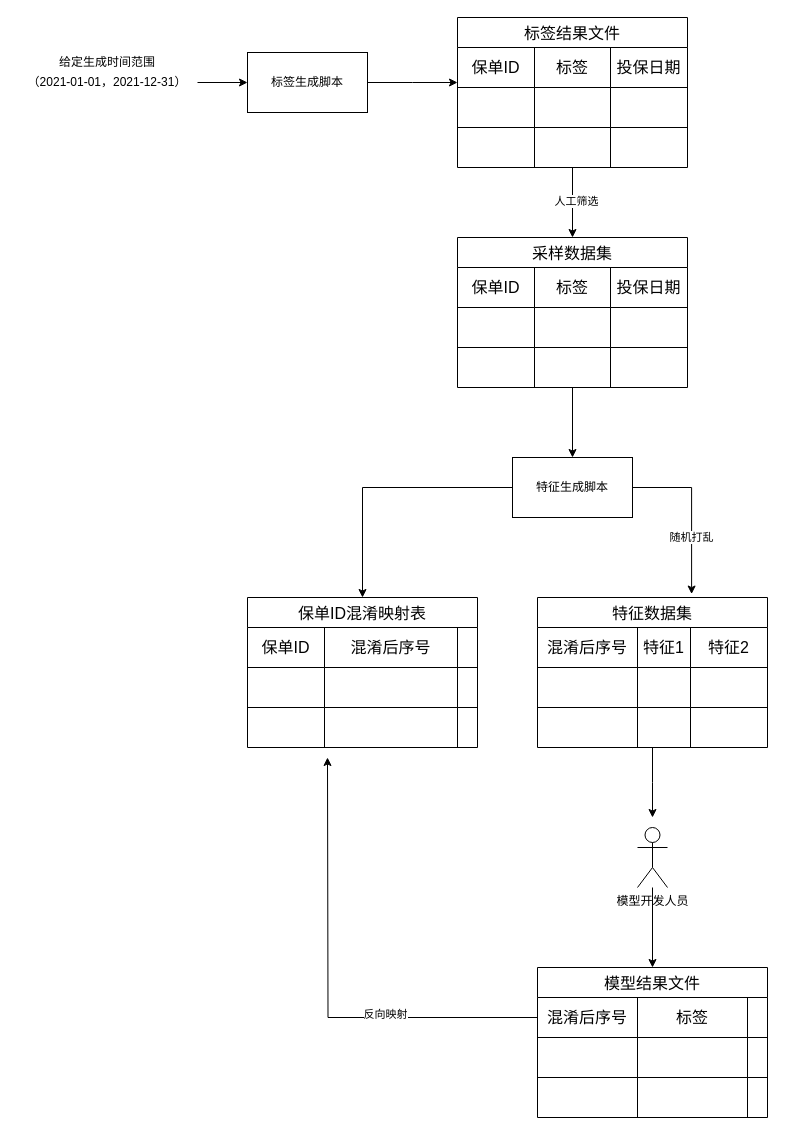
The draw.io diagram 太平/验收方案.drawio in XiaoLiuAI/diagrams, before the edit. Source tidied: cells renumbered, new cells numbered last; positions are measured from the earlier drawing's top-left corner, leaving out a move shared by most shapes. Both pictures are drawn from the tidied source at 100%, with x=0, y=0 at pixel (17, 17).
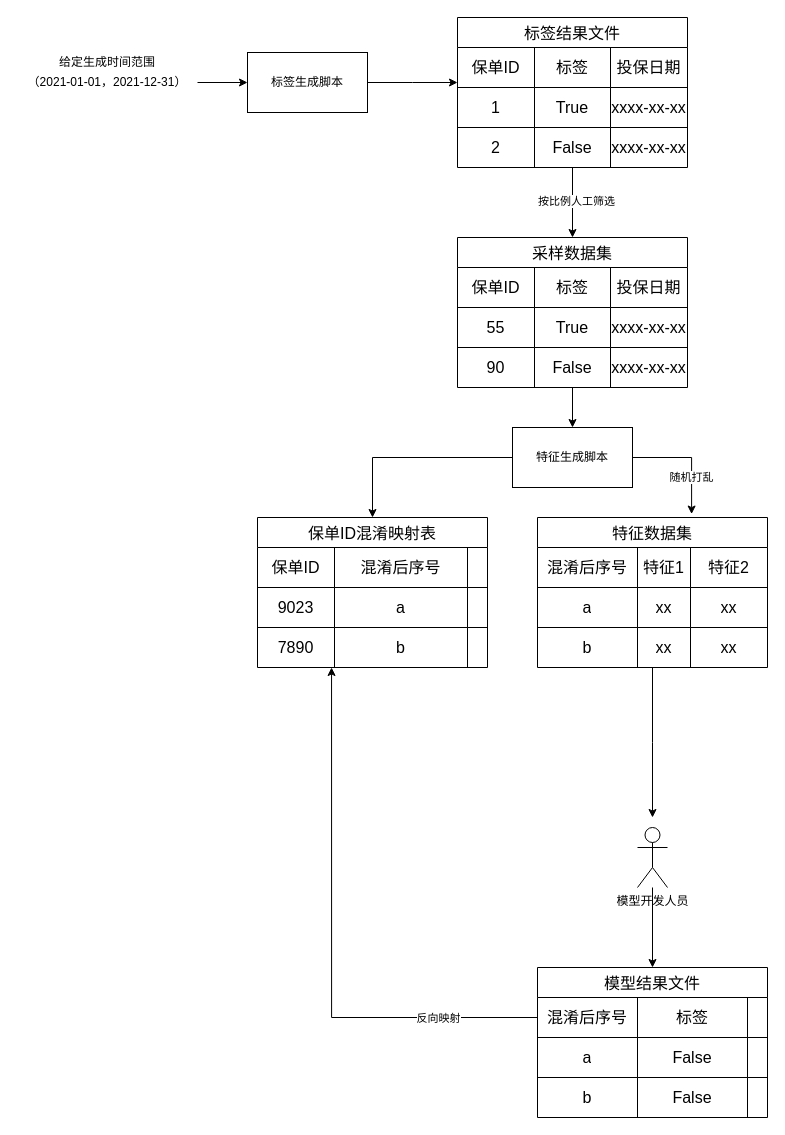
The same page after the edit.

Unchanged cells that the change refers to:
```xml
<mxCell id="9" style="edgeStyle=orthogonalEdgeStyle;rounded=0;jettySize=auto;html=1;entryX=0.5;entryY=0;entryDx=0;entryDy=0;" parent="1" edge="1" source="11" target="25">
  <mxGeometry relative="1" as="geometry" />
</mxCell>
<mxCell id="16" style="shape=tableRow;horizontal=0;startSize=0;swimlaneHead=0;swimlaneBody=0;strokeColor=inherit;top=0;left=0;bottom=0;right=0;fillColor=none;fontSize=16;" parent="11" vertex="1">
  <mxGeometry y="70" width="230" height="40" as="geometry" />
</mxCell>
<mxCell id="20" style="shape=tableRow;horizontal=0;startSize=0;swimlaneHead=0;swimlaneBody=0;strokeColor=inherit;top=0;left=0;bottom=0;right=0;fillColor=none;fontSize=16;" parent="11" vertex="1">
  <mxGeometry y="110" width="230" height="40" as="geometry" />
</mxCell>
<mxCell id="30" style="shape=tableRow;horizontal=0;startSize=0;swimlaneHead=0;swimlaneBody=0;strokeColor=inherit;top=0;left=0;bottom=0;right=0;fillColor=none;fontSize=16;" parent="25" vertex="1">
  <mxGeometry y="70" width="230" height="40" as="geometry" />
</mxCell>
<mxCell id="34" style="shape=tableRow;horizontal=0;startSize=0;swimlaneHead=0;swimlaneBody=0;strokeColor=inherit;top=0;left=0;bottom=0;right=0;fillColor=none;fontSize=16;" parent="25" vertex="1">
  <mxGeometry y="110" width="230" height="40" as="geometry" />
</mxCell>
<mxCell id="43" style="shape=tableRow;horizontal=0;startSize=0;swimlaneHead=0;swimlaneBody=0;strokeColor=inherit;top=0;left=0;bottom=0;right=0;fillColor=none;fontSize=16;" parent="38" vertex="1">
  <mxGeometry y="70" width="230" height="40" as="geometry" />
</mxCell>
<mxCell id="47" style="shape=tableRow;horizontal=0;startSize=0;swimlaneHead=0;swimlaneBody=0;strokeColor=inherit;top=0;left=0;bottom=0;right=0;fillColor=none;points=[[0,0.5],[1,0.5]];portConstraint=eastwest;fontSize=16;" parent="38" vertex="1">
  <mxGeometry y="110" width="230" height="40" as="geometry" />
</mxCell>
<mxCell id="57" style="shape=tableRow;horizontal=0;startSize=0;swimlaneHead=0;swimlaneBody=0;strokeColor=inherit;top=0;left=0;bottom=0;right=0;fillColor=none;fontSize=16;" parent="52" vertex="1">
  <mxGeometry y="70" width="230" height="40" as="geometry" />
</mxCell>
<mxCell id="61" style="shape=tableRow;horizontal=0;startSize=0;swimlaneHead=0;swimlaneBody=0;strokeColor=inherit;top=0;left=0;bottom=0;right=0;fillColor=none;fontSize=16;" parent="52" vertex="1">
  <mxGeometry y="110" width="230" height="40" as="geometry" />
</mxCell>
<mxCell id="70" style="shape=tableRow;horizontal=0;startSize=0;swimlaneHead=0;swimlaneBody=0;strokeColor=inherit;top=0;left=0;bottom=0;right=0;fillColor=none;points=[[0,0.5],[1,0.5]];portConstraint=eastwest;fontSize=16;" parent="69" vertex="1">
  <mxGeometry y="30" width="230" height="40" as="geometry" />
</mxCell>
<mxCell id="74" style="shape=tableRow;horizontal=0;startSize=0;swimlaneHead=0;swimlaneBody=0;strokeColor=inherit;top=0;left=0;bottom=0;right=0;fillColor=none;fontSize=16;" parent="69" vertex="1">
  <mxGeometry y="70" width="230" height="40" as="geometry" />
</mxCell>
<mxCell id="78" style="shape=tableRow;horizontal=0;startSize=0;swimlaneHead=0;swimlaneBody=0;strokeColor=inherit;top=0;left=0;bottom=0;right=0;fillColor=none;fontSize=16;" parent="69" vertex="1">
  <mxGeometry y="110" width="230" height="40" as="geometry" />
</mxCell>
```

Diff of the diagram source:
```diff
@@
     <mxCell id="3" value="特征生成脚本" style="rounded=0;whiteSpace=wrap;html=1;" parent="1" vertex="1">
-      <mxGeometry x="495" y="440" width="120" height="60" as="geometry" />
+      <mxGeometry x="495" y="410" width="120" height="60" as="geometry" />
     </mxCell>
@@
-    <mxCell id="10" value="人工筛选" style="edgeLabel;html=1;align=center;verticalAlign=middle;" parent="9" vertex="1">
+    <mxCell id="10" value="按比例人工筛选" style="edgeLabel;html=1;align=center;verticalAlign=middle;" parent="9" vertex="1">
       <mxGeometry x="-0.06" y="3" relative="1" as="geometry" />
     </mxCell>
@@
-    <mxCell id="17" style="shape=partialRectangle;html=1;whiteSpace=wrap;strokeColor=inherit;overflow=hidden;fillColor=none;top=0;left=0;bottom=0;right=0;fontSize=16;" parent="16" vertex="1">
+    <mxCell id="17" value="1" style="shape=partialRectangle;html=1;whiteSpace=wrap;strokeColor=inherit;overflow=hidden;fillColor=none;top=0;left=0;bottom=0;right=0;fontSize=16;" parent="16" vertex="1">
       <mxGeometry width="77" height="40" as="geometry" />
     </mxCell>
-    <mxCell id="18" style="shape=partialRectangle;html=1;whiteSpace=wrap;strokeColor=inherit;overflow=hidden;fillColor=none;top=0;left=0;bottom=0;right=0;fontSize=16;" parent="16" vertex="1">
+    <mxCell id="18" value="True" style="shape=partialRectangle;html=1;whiteSpace=wrap;strokeColor=inherit;overflow=hidden;fillColor=none;top=0;left=0;bottom=0;right=0;fontSize=16;" parent="16" vertex="1">
       <mxGeometry x="77" width="76" height="40" as="geometry" />
     </mxCell>
-    <mxCell id="19" style="shape=partialRectangle;html=1;whiteSpace=wrap;strokeColor=inherit;overflow=hidden;fillColor=none;top=0;left=0;bottom=0;right=0;fontSize=16;" parent="16" vertex="1">
+    <mxCell id="19" value="xxxx-xx-xx" style="shape=partialRectangle;html=1;whiteSpace=wrap;strokeColor=inherit;overflow=hidden;fillColor=none;top=0;left=0;bottom=0;right=0;fontSize=16;" parent="16" vertex="1">
       <mxGeometry x="153" width="77" height="40" as="geometry" />
     </mxCell>
@@
-    <mxCell id="21" style="shape=partialRectangle;html=1;whiteSpace=wrap;strokeColor=inherit;overflow=hidden;fillColor=none;top=0;left=0;bottom=0;right=0;fontSize=16;" parent="20" vertex="1">
+    <mxCell id="21" value="2" style="shape=partialRectangle;html=1;whiteSpace=wrap;strokeColor=inherit;overflow=hidden;fillColor=none;top=0;left=0;bottom=0;right=0;fontSize=16;" parent="20" vertex="1">
       <mxGeometry width="77" height="40" as="geometry" />
     </mxCell>
-    <mxCell id="22" style="shape=partialRectangle;html=1;whiteSpace=wrap;strokeColor=inherit;overflow=hidden;fillColor=none;top=0;left=0;bottom=0;right=0;fontSize=16;" parent="20" vertex="1">
+    <mxCell id="22" value="False" style="shape=partialRectangle;html=1;whiteSpace=wrap;strokeColor=inherit;overflow=hidden;fillColor=none;top=0;left=0;bottom=0;right=0;fontSize=16;" parent="20" vertex="1">
       <mxGeometry x="77" width="76" height="40" as="geometry" />
     </mxCell>
-    <mxCell id="23" style="shape=partialRectangle;html=1;whiteSpace=wrap;strokeColor=inherit;overflow=hidden;fillColor=none;top=0;left=0;bottom=0;right=0;fontSize=16;" parent="20" vertex="1">
+    <mxCell id="23" value="xxxx-xx-xx" style="shape=partialRectangle;html=1;whiteSpace=wrap;strokeColor=inherit;overflow=hidden;fillColor=none;top=0;left=0;bottom=0;right=0;fontSize=16;" parent="20" vertex="1">
       <mxGeometry x="153" width="77" height="40" as="geometry" />
     </mxCell>
@@
-    <mxCell id="31" style="shape=partialRectangle;html=1;whiteSpace=wrap;strokeColor=inherit;overflow=hidden;fillColor=none;top=0;left=0;bottom=0;right=0;fontSize=16;" parent="30" vertex="1">
+    <mxCell id="31" value="55" style="shape=partialRectangle;html=1;whiteSpace=wrap;strokeColor=inherit;overflow=hidden;fillColor=none;top=0;left=0;bottom=0;right=0;fontSize=16;" parent="30" vertex="1">
       <mxGeometry width="77" height="40" as="geometry" />
     </mxCell>
-    <mxCell id="32" style="shape=partialRectangle;html=1;whiteSpace=wrap;strokeColor=inherit;overflow=hidden;fillColor=none;top=0;left=0;bottom=0;right=0;fontSize=16;" parent="30" vertex="1">
+    <mxCell id="32" value="True" style="shape=partialRectangle;html=1;whiteSpace=wrap;strokeColor=inherit;overflow=hidden;fillColor=none;top=0;left=0;bottom=0;right=0;fontSize=16;" parent="30" vertex="1">
       <mxGeometry x="77" width="76" height="40" as="geometry" />
     </mxCell>
-    <mxCell id="33" style="shape=partialRectangle;html=1;whiteSpace=wrap;strokeColor=inherit;overflow=hidden;fillColor=none;top=0;left=0;bottom=0;right=0;fontSize=16;" parent="30" vertex="1">
+    <mxCell id="33" value="xxxx-xx-xx" style="shape=partialRectangle;html=1;whiteSpace=wrap;strokeColor=inherit;overflow=hidden;fillColor=none;top=0;left=0;bottom=0;right=0;fontSize=16;" parent="30" vertex="1">
       <mxGeometry x="153" width="77" height="40" as="geometry" />
     </mxCell>
@@
-    <mxCell id="35" style="shape=partialRectangle;html=1;whiteSpace=wrap;strokeColor=inherit;overflow=hidden;fillColor=none;top=0;left=0;bottom=0;right=0;fontSize=16;" parent="34" vertex="1">
+    <mxCell id="35" value="90" style="shape=partialRectangle;html=1;whiteSpace=wrap;strokeColor=inherit;overflow=hidden;fillColor=none;top=0;left=0;bottom=0;right=0;fontSize=16;" parent="34" vertex="1">
       <mxGeometry width="77" height="40" as="geometry" />
     </mxCell>
-    <mxCell id="36" style="shape=partialRectangle;html=1;whiteSpace=wrap;strokeColor=inherit;overflow=hidden;fillColor=none;top=0;left=0;bottom=0;right=0;fontSize=16;" parent="34" vertex="1">
+    <mxCell id="36" value="False" style="shape=partialRectangle;html=1;whiteSpace=wrap;strokeColor=inherit;overflow=hidden;fillColor=none;top=0;left=0;bottom=0;right=0;fontSize=16;" parent="34" vertex="1">
       <mxGeometry x="77" width="76" height="40" as="geometry" />
     </mxCell>
-    <mxCell id="37" style="shape=partialRectangle;html=1;whiteSpace=wrap;strokeColor=inherit;overflow=hidden;fillColor=none;top=0;left=0;bottom=0;right=0;fontSize=16;" parent="34" vertex="1">
+    <mxCell id="37" value="xxxx-xx-xx" style="shape=partialRectangle;html=1;whiteSpace=wrap;strokeColor=inherit;overflow=hidden;fillColor=none;top=0;left=0;bottom=0;right=0;fontSize=16;" parent="34" vertex="1">
       <mxGeometry x="153" width="77" height="40" as="geometry" />
     </mxCell>
     <mxCell id="38" value="保单ID混淆映射表" style="shape=table;startSize=30;childLayout=tableLayout;strokeColor=default;fontSize=16;" parent="1" vertex="1">
-      <mxGeometry x="230" y="580" width="230" height="150" as="geometry" />
+      <mxGeometry x="240" y="500" width="230" height="150" as="geometry" />
     </mxCell>
@@
-    <mxCell id="44" style="shape=partialRectangle;html=1;whiteSpace=wrap;strokeColor=inherit;overflow=hidden;fillColor=none;top=0;left=0;bottom=0;right=0;fontSize=16;" parent="43" vertex="1">
+    <mxCell id="44" value="9023" style="shape=partialRectangle;html=1;whiteSpace=wrap;strokeColor=inherit;overflow=hidden;fillColor=none;top=0;left=0;bottom=0;right=0;fontSize=16;" parent="43" vertex="1">
       <mxGeometry width="77" height="40" as="geometry" />
     </mxCell>
-    <mxCell id="45" style="shape=partialRectangle;html=1;whiteSpace=wrap;strokeColor=inherit;overflow=hidden;fillColor=none;top=0;left=0;bottom=0;right=0;fontSize=16;" parent="43" vertex="1">
+    <mxCell id="45" value="a" style="shape=partialRectangle;html=1;whiteSpace=wrap;strokeColor=inherit;overflow=hidden;fillColor=none;top=0;left=0;bottom=0;right=0;fontSize=16;" parent="43" vertex="1">
       <mxGeometry x="77" width="133" height="40" as="geometry" />
     </mxCell>
@@
-    <mxCell id="48" style="shape=partialRectangle;html=1;whiteSpace=wrap;strokeColor=inherit;overflow=hidden;fillColor=none;top=0;left=0;bottom=0;right=0;fontSize=16;" parent="47" vertex="1">
+    <mxCell id="48" value="7890" style="shape=partialRectangle;html=1;whiteSpace=wrap;strokeColor=inherit;overflow=hidden;fillColor=none;top=0;left=0;bottom=0;right=0;fontSize=16;" parent="47" vertex="1">
       <mxGeometry width="77" height="40" as="geometry" />
     </mxCell>
-    <mxCell id="49" style="shape=partialRectangle;html=1;whiteSpace=wrap;strokeColor=inherit;overflow=hidden;fillColor=none;top=0;left=0;bottom=0;right=0;fontSize=16;" parent="47" vertex="1">
+    <mxCell id="49" value="b" style="shape=partialRectangle;html=1;whiteSpace=wrap;strokeColor=inherit;overflow=hidden;fillColor=none;top=0;left=0;bottom=0;right=0;fontSize=16;" parent="47" vertex="1">
       <mxGeometry x="77" width="133" height="40" as="geometry" />
     </mxCell>
@@
     <mxCell id="52" value="特征数据集" style="shape=table;startSize=30;childLayout=tableLayout;strokeColor=default;fontSize=16;" parent="1" vertex="1">
-      <mxGeometry x="520" y="580" width="230" height="150" as="geometry" />
+      <mxGeometry x="520" y="500" width="230" height="150" as="geometry" />
     </mxCell>
@@
-    <mxCell id="58" style="shape=partialRectangle;html=1;whiteSpace=wrap;strokeColor=inherit;overflow=hidden;fillColor=none;top=0;left=0;bottom=0;right=0;fontSize=16;" parent="57" vertex="1">
+    <mxCell id="58" value="a" style="shape=partialRectangle;html=1;whiteSpace=wrap;strokeColor=inherit;overflow=hidden;fillColor=none;top=0;left=0;bottom=0;right=0;fontSize=16;" parent="57" vertex="1">
       <mxGeometry width="100" height="40" as="geometry" />
     </mxCell>
-    <mxCell id="59" style="shape=partialRectangle;html=1;whiteSpace=wrap;strokeColor=inherit;overflow=hidden;fillColor=none;top=0;left=0;bottom=0;right=0;fontSize=16;" parent="57" vertex="1">
+    <mxCell id="59" value="xx" style="shape=partialRectangle;html=1;whiteSpace=wrap;strokeColor=inherit;overflow=hidden;fillColor=none;top=0;left=0;bottom=0;right=0;fontSize=16;" parent="57" vertex="1">
       <mxGeometry x="100" width="53" height="40" as="geometry" />
     </mxCell>
-    <mxCell id="60" style="shape=partialRectangle;html=1;whiteSpace=wrap;strokeColor=inherit;overflow=hidden;fillColor=none;top=0;left=0;bottom=0;right=0;fontSize=16;" parent="57" vertex="1">
+    <mxCell id="60" value="xx" style="shape=partialRectangle;html=1;whiteSpace=wrap;strokeColor=inherit;overflow=hidden;fillColor=none;top=0;left=0;bottom=0;right=0;fontSize=16;" parent="57" vertex="1">
       <mxGeometry x="153" width="77" height="40" as="geometry" />
     </mxCell>
@@
-    <mxCell id="62" style="shape=partialRectangle;html=1;whiteSpace=wrap;strokeColor=inherit;overflow=hidden;fillColor=none;top=0;left=0;bottom=0;right=0;fontSize=16;" parent="61" vertex="1">
+    <mxCell id="62" value="b" style="shape=partialRectangle;html=1;whiteSpace=wrap;strokeColor=inherit;overflow=hidden;fillColor=none;top=0;left=0;bottom=0;right=0;fontSize=16;" parent="61" vertex="1">
       <mxGeometry width="100" height="40" as="geometry" />
     </mxCell>
-    <mxCell id="63" style="shape=partialRectangle;html=1;whiteSpace=wrap;strokeColor=inherit;overflow=hidden;fillColor=none;top=0;left=0;bottom=0;right=0;fontSize=16;" parent="61" vertex="1">
+    <mxCell id="63" value="xx" style="shape=partialRectangle;html=1;whiteSpace=wrap;strokeColor=inherit;overflow=hidden;fillColor=none;top=0;left=0;bottom=0;right=0;fontSize=16;" parent="61" vertex="1">
       <mxGeometry x="100" width="53" height="40" as="geometry" />
     </mxCell>
-    <mxCell id="64" style="shape=partialRectangle;html=1;whiteSpace=wrap;strokeColor=inherit;overflow=hidden;fillColor=none;top=0;left=0;bottom=0;right=0;fontSize=16;" parent="61" vertex="1">
+    <mxCell id="64" value="xx" style="shape=partialRectangle;html=1;whiteSpace=wrap;strokeColor=inherit;overflow=hidden;fillColor=none;top=0;left=0;bottom=0;right=0;fontSize=16;" parent="61" vertex="1">
       <mxGeometry x="153" width="77" height="40" as="geometry" />
     </mxCell>
     <mxCell id="65" style="edgeStyle=orthogonalEdgeStyle;rounded=0;jettySize=auto;html=1;entryX=0.67;entryY=-0.023;entryDx=0;entryDy=0;entryPerimeter=0;" parent="1" edge="1" source="3" target="52">
       <mxGeometry relative="1" as="geometry">
         <Array as="points">
-          <mxPoint x="674" y="470" />
+          <mxPoint x="674" y="440" />
         </Array>
       </mxGeometry>
     </mxCell>
@@
-    <mxCell id="75" style="shape=partialRectangle;html=1;whiteSpace=wrap;strokeColor=inherit;overflow=hidden;fillColor=none;top=0;left=0;bottom=0;right=0;fontSize=16;" parent="74" vertex="1">
+    <mxCell id="75" value="a" style="shape=partialRectangle;html=1;whiteSpace=wrap;strokeColor=inherit;overflow=hidden;fillColor=none;top=0;left=0;bottom=0;right=0;fontSize=16;" parent="74" vertex="1">
       <mxGeometry width="100" height="40" as="geometry" />
     </mxCell>
-    <mxCell id="76" style="shape=partialRectangle;html=1;whiteSpace=wrap;strokeColor=inherit;overflow=hidden;fillColor=none;top=0;left=0;bottom=0;right=0;fontSize=16;" parent="74" vertex="1">
+    <mxCell id="76" value="False" style="shape=partialRectangle;html=1;whiteSpace=wrap;strokeColor=inherit;overflow=hidden;fillColor=none;top=0;left=0;bottom=0;right=0;fontSize=16;" parent="74" vertex="1">
       <mxGeometry x="100" width="110" height="40" as="geometry" />
     </mxCell>
@@
-    <mxCell id="79" style="shape=partialRectangle;html=1;whiteSpace=wrap;strokeColor=inherit;overflow=hidden;fillColor=none;top=0;left=0;bottom=0;right=0;fontSize=16;" parent="78" vertex="1">
+    <mxCell id="79" value="b" style="shape=partialRectangle;html=1;whiteSpace=wrap;strokeColor=inherit;overflow=hidden;fillColor=none;top=0;left=0;bottom=0;right=0;fontSize=16;" parent="78" vertex="1">
       <mxGeometry width="100" height="40" as="geometry" />
     </mxCell>
-    <mxCell id="80" style="shape=partialRectangle;html=1;whiteSpace=wrap;strokeColor=inherit;overflow=hidden;fillColor=none;top=0;left=0;bottom=0;right=0;fontSize=16;" parent="78" vertex="1">
+    <mxCell id="80" value="False" style="shape=partialRectangle;html=1;whiteSpace=wrap;strokeColor=inherit;overflow=hidden;fillColor=none;top=0;left=0;bottom=0;right=0;fontSize=16;" parent="78" vertex="1">
       <mxGeometry x="100" width="110" height="40" as="geometry" />
     </mxCell>
@@
-    <mxCell id="82" style="edgeStyle=orthogonalEdgeStyle;rounded=0;jettySize=auto;html=1;" parent="1" edge="1" source="70">
-      <mxGeometry relative="1" as="geometry">
-        <mxPoint x="310" y="740" as="targetPoint" />
-      </mxGeometry>
+    <mxCell id="82" style="edgeStyle=orthogonalEdgeStyle;rounded=0;jettySize=auto;html=1;entryX=0.322;entryY=1;entryDx=0;entryDy=0;entryPerimeter=0;" parent="1" edge="1" source="70" target="47">
+      <mxGeometry relative="1" as="geometry" />
     </mxCell>
     <mxCell id="83" value="反向映射" style="edgeLabel;html=1;align=center;verticalAlign=middle;" parent="82" vertex="1">
-      <mxGeometry x="-0.35" y="-4" relative="1" as="geometry" />
+      <mxGeometry x="-0.35" y="-4" relative="1" as="geometry">
+        <mxPoint x="81" y="4" as="offset" />
+      </mxGeometry>
     </mxCell>
```
